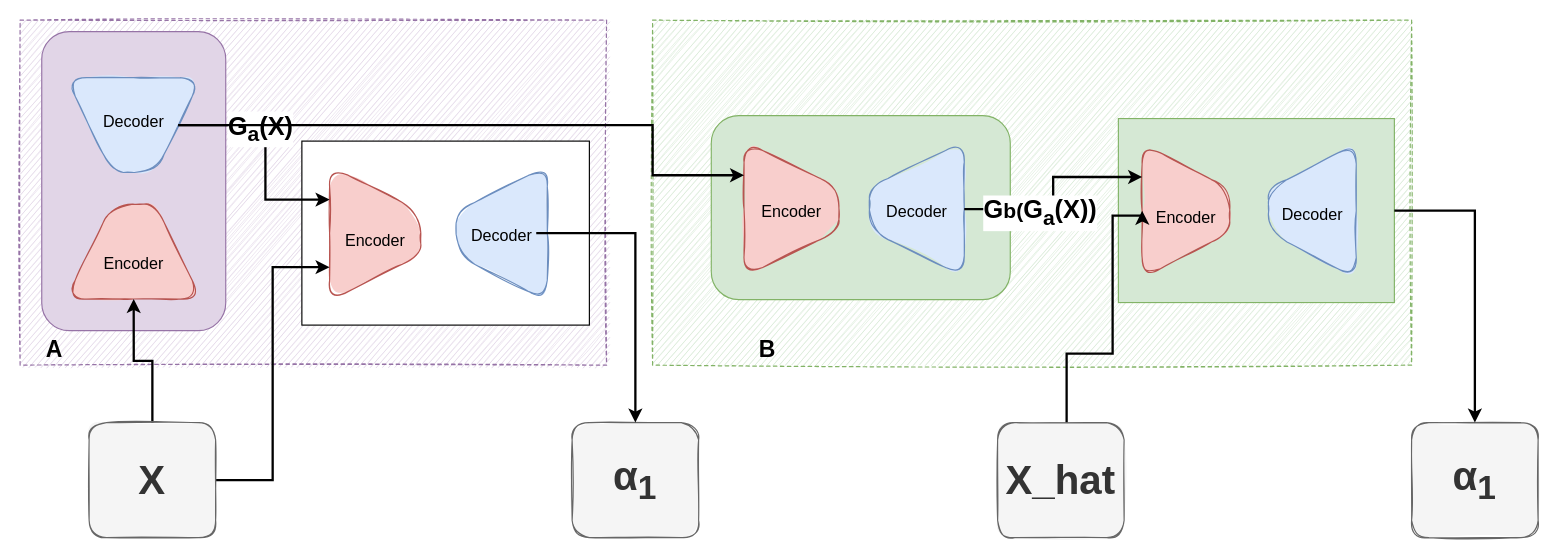
Pumpkin9841/pictures keeps this draw.io diagram as pictures/未命名绘图.drawio. Above is the earlier version. Source tidied: cells renumbered, new cells numbered last; positions are measured from the earlier drawing's top-left corner, leaving out a move shared by most shapes. Both pictures are drawn from the tidied source at 115%, with x=0, y=0 at pixel (20, 20).
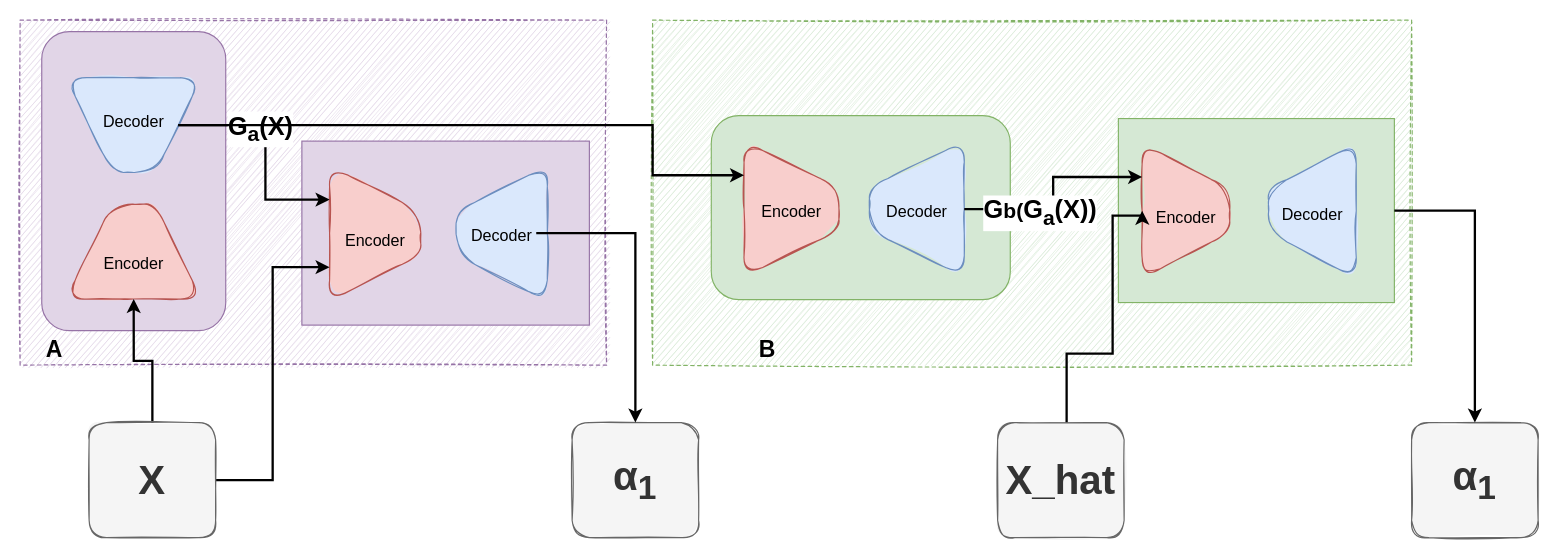
The same page after the edit.

The change refers to these unchanged cells:
```xml
<mxCell id="9" style="group;rotation=90;sketch=1;rounded=1;" parent="1" vertex="1">
  <mxGeometry x="295" y="65" width="160" height="250" as="geometry" />
</mxCell>
```

The edit, as a diff of the source:
```diff
@@
-    <mxCell id="10" style="rounded=0;whiteSpace=wrap;html=1;rotation=90;" parent="9" vertex="1">
+    <mxCell id="10" style="rounded=0;whiteSpace=wrap;html=1;rotation=90;fillColor=#e1d5e7;strokeColor=#9673a6;" parent="9" vertex="1">
       <mxGeometry x="-5" y="-4.8" width="160" height="250" as="geometry" />
     </mxCell>
```
